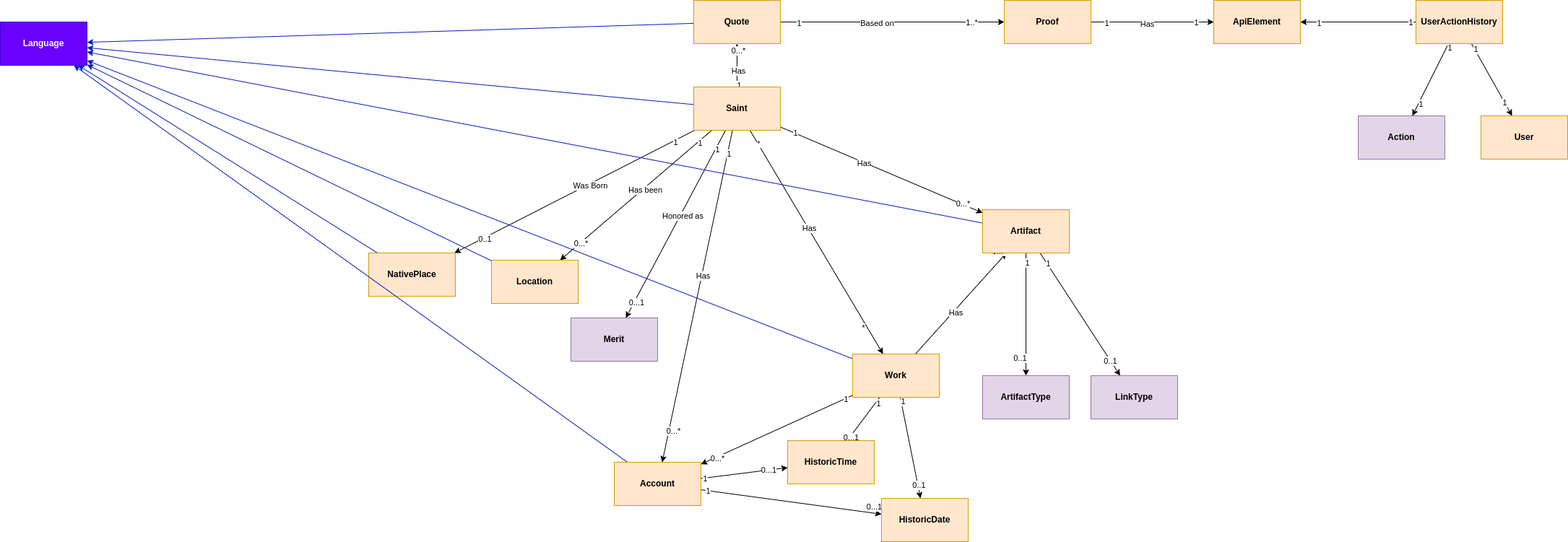
This is Documentation/ConceptualModel.png from the-catholics/Saints-API, a draw.io export, as it was before one commit. Source tidied: cells renumbered, new cells last; positions are measured from the earlier drawing's top-left corner, leaving out a move shared by most shapes.
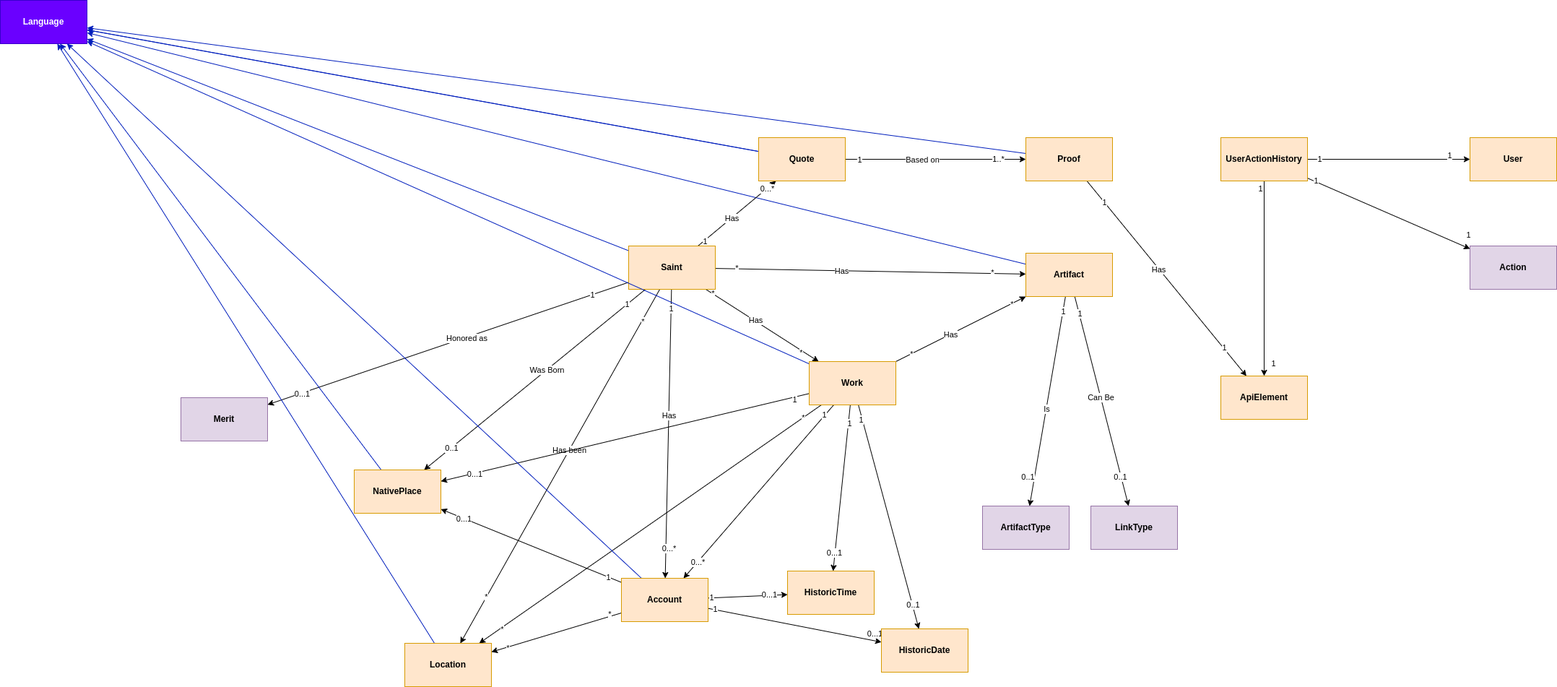
After the commit.

Change to the diagram source:
```diff
@@ -2,6 +2,12 @@
   <root>
     <mxCell id="0" />
     <mxCell id="1" parent="0" />
+    <mxCell id="97" style="edgeStyle=none;rounded=0;jettySize=auto;html=1;fillColor=#0050ef;strokeColor=#001DBC;startArrow=none;" parent="1" edge="1" source="56" target="94">
+      <mxGeometry relative="1" as="geometry" />
+    </mxCell>
+    <mxCell id="63" style="edgeStyle=none;rounded=0;jettySize=auto;html=1;fillColor=#0050ef;strokeColor=#001DBC;" parent="1" edge="1" source="64" target="94">
+      <mxGeometry relative="1" as="geometry" />
+    </mxCell>
     <mxCell id="2" style="rounded=0;jettySize=auto;html=1;" parent="1" edge="1" source="31" target="46">
       <mxGeometry relative="1" as="geometry" />
     </mxCell>
@@ -34,10 +40,10 @@
     <mxCell id="11" value="Has been" style="edgeLabel;html=1;align=center;verticalAlign=middle;" parent="10" vertex="1">
       <mxGeometry x="-0.09" relative="1" as="geometry" />
     </mxCell>
-    <mxCell id="12" value="1" style="edgeLabel;html=1;align=center;verticalAlign=middle;" parent="10" vertex="1">
+    <mxCell id="12" value="*" style="edgeLabel;html=1;align=center;verticalAlign=middle;" parent="10" vertex="1">
       <mxGeometry x="-0.82" y="1" relative="1" as="geometry" />
     </mxCell>
-    <mxCell id="13" value="0...*" style="edgeLabel;html=1;align=center;verticalAlign=middle;" parent="10" vertex="1">
+    <mxCell id="13" value="*" style="edgeLabel;html=1;align=center;verticalAlign=middle;" parent="10" vertex="1">
       <mxGeometry x="0.74" y="-1" relative="1" as="geometry" />
     </mxCell>
     <mxCell id="14" style="edgeStyle=none;rounded=0;jettySize=auto;html=1;" parent="1" edge="1" source="31" target="56">
@@ -55,10 +61,10 @@
     <mxCell id="18" style="rounded=0;jettySize=auto;html=1;" parent="1" edge="1" source="31" target="64">
       <mxGeometry relative="1" as="geometry" />
     </mxCell>
-    <mxCell id="19" value="1" style="edgeLabel;html=1;align=center;verticalAlign=middle;" parent="18" vertex="1">
+    <mxCell id="19" value="*" style="edgeLabel;html=1;align=center;verticalAlign=middle;" parent="18" vertex="1">
       <mxGeometry x="-0.86" y="1" relative="1" as="geometry" />
     </mxCell>
-    <mxCell id="20" value="0...*" style="edgeLabel;html=1;align=center;verticalAlign=middle;" parent="18" vertex="1">
+    <mxCell id="20" value="*" style="edgeLabel;html=1;align=center;verticalAlign=middle;" parent="18" vertex="1">
       <mxGeometry x="0.79" y="2" relative="1" as="geometry" />
     </mxCell>
     <mxCell id="21" value="Has" style="edgeLabel;html=1;align=center;verticalAlign=middle;" parent="18" vertex="1">
@@ -94,7 +100,7 @@
       <mxGeometry relative="1" as="geometry" />
     </mxCell>
     <mxCell id="31" value="&lt;b&gt;Saint&lt;/b&gt;" style="rounded=0;whiteSpace=wrap;html=1;fillColor=#ffe6cc;strokeColor=#d79b00;" parent="1" vertex="1">
-      <mxGeometry x="960" y="120" width="120" height="60" as="geometry" />
+      <mxGeometry x="870" y="160" width="120" height="60" as="geometry" />
     </mxCell>
     <mxCell id="32" style="edgeStyle=none;rounded=0;jettySize=auto;html=1;" parent="1" edge="1" source="46" target="64">
       <mxGeometry relative="1" as="geometry" />
@@ -102,14 +108,14 @@
     <mxCell id="33" value="Has" style="edgeLabel;html=1;align=center;verticalAlign=middle;" parent="32" vertex="1">
       <mxGeometry x="-0.17" relative="1" as="geometry" />
     </mxCell>
-    <mxCell id="34" value="1" style="edgeLabel;html=1;align=center;verticalAlign=middle;" parent="32" vertex="1">
+    <mxCell id="34" value="*" style="edgeLabel;html=1;align=center;verticalAlign=middle;" parent="32" vertex="1">
       <mxGeometry x="-0.91" relative="1" as="geometry">
-        <mxPoint y="10" as="offset" />
+        <mxPoint x="13" y="-6" as="offset" />
       </mxGeometry>
     </mxCell>
-    <mxCell id="35" value="0...*" style="edgeLabel;html=1;align=center;verticalAlign=middle;" parent="32" vertex="1">
+    <mxCell id="35" value="*" style="edgeLabel;html=1;align=center;verticalAlign=middle;" parent="32" vertex="1">
       <mxGeometry x="0.84" y="1" relative="1" as="geometry">
-        <mxPoint y="-15" as="offset" />
+        <mxPoint x="-5" y="4" as="offset" />
       </mxGeometry>
     </mxCell>
     <mxCell id="36" style="edgeStyle=none;rounded=0;jettySize=auto;html=1;fillColor=#0050ef;strokeColor=#001DBC;" parent="1" edge="1" source="46" target="94">
@@ -133,7 +139,9 @@
       </mxGeometry>
     </mxCell>
     <mxCell id="42" value="1" style="edgeLabel;html=1;align=center;verticalAlign=middle;" parent="40" vertex="1">
-      <mxGeometry x="-0.95" y="1" relative="1" as="geometry" />
+      <mxGeometry x="-0.95" y="1" relative="1" as="geometry">
+        <mxPoint y="13" as="offset" />
+      </mxGeometry>
     </mxCell>
     <mxCell id="43" style="edgeStyle=none;rounded=0;jettySize=auto;html=1;" parent="1" edge="1" source="46" target="96">
       <mxGeometry relative="1" as="geometry" />
@@ -144,20 +152,40 @@
     <mxCell id="45" value="0...1" style="edgeLabel;html=1;align=center;verticalAlign=middle;" parent="43" vertex="1">
       <mxGeometry x="0.78" y="-1" relative="1" as="geometry" />
     </mxCell>
+    <mxCell id="98" style="rounded=0;jettySize=auto;html=1;" parent="1" edge="1" source="46" target="48">
+      <mxGeometry relative="1" as="geometry" />
+    </mxCell>
+    <mxCell id="99" value="1" style="edgeLabel;html=1;align=center;verticalAlign=middle;" parent="98" vertex="1">
+      <mxGeometry x="-0.94" relative="1" as="geometry">
+        <mxPoint x="-5" y="5" as="offset" />
+      </mxGeometry>
+    </mxCell>
+    <mxCell id="100" value="0...1" style="edgeLabel;html=1;align=center;verticalAlign=middle;" parent="98" vertex="1">
+      <mxGeometry x="0.82" y="1" relative="1" as="geometry" />
+    </mxCell>
+    <mxCell id="101" style="edgeStyle=none;rounded=0;jettySize=auto;html=1;" parent="1" edge="1" source="46" target="50">
+      <mxGeometry relative="1" as="geometry" />
+    </mxCell>
+    <mxCell id="102" value="*" style="edgeLabel;html=1;align=center;verticalAlign=middle;" parent="101" vertex="1">
+      <mxGeometry x="-0.89" relative="1" as="geometry" />
+    </mxCell>
+    <mxCell id="103" value="*" style="edgeLabel;html=1;align=center;verticalAlign=middle;" parent="101" vertex="1">
+      <mxGeometry x="0.87" y="2" relative="1" as="geometry" />
+    </mxCell>
     <mxCell id="46" value="&lt;b&gt;Work&lt;/b&gt;" style="rounded=0;whiteSpace=wrap;html=1;fillColor=#ffe6cc;strokeColor=#d79b00;" parent="1" vertex="1">
-      <mxGeometry x="1180" y="490" width="120" height="60" as="geometry" />
+      <mxGeometry x="1120" y="320" width="120" height="60" as="geometry" />
     </mxCell>
     <mxCell id="47" style="edgeStyle=none;rounded=0;jettySize=auto;html=1;fillColor=#0050ef;strokeColor=#001DBC;" parent="1" edge="1" source="48" target="94">
       <mxGeometry relative="1" as="geometry" />
     </mxCell>
     <mxCell id="48" value="&lt;b&gt;NativePlace&lt;br&gt;&lt;/b&gt;" style="rounded=0;whiteSpace=wrap;html=1;fillColor=#ffe6cc;strokeColor=#d79b00;" parent="1" vertex="1">
-      <mxGeometry x="510" y="350" width="120" height="60" as="geometry" />
+      <mxGeometry x="490" y="470" width="120" height="60" as="geometry" />
     </mxCell>
     <mxCell id="49" style="edgeStyle=none;rounded=0;jettySize=auto;html=1;fillColor=#0050ef;strokeColor=#001DBC;" parent="1" edge="1" source="50" target="94">
       <mxGeometry relative="1" as="geometry" />
     </mxCell>
     <mxCell id="50" value="&lt;b&gt;Location&lt;/b&gt;" style="rounded=0;whiteSpace=wrap;html=1;fillColor=#ffe6cc;strokeColor=#d79b00;" parent="1" vertex="1">
-      <mxGeometry x="680" y="360" width="120" height="60" as="geometry" />
+      <mxGeometry x="560" y="710" width="120" height="60" as="geometry" />
     </mxCell>
     <mxCell id="51" style="edgeStyle=none;rounded=0;jettySize=auto;html=1;" parent="1" edge="1" source="56" target="69">
       <mxGeometry relative="1" as="geometry" />
@@ -176,9 +204,6 @@
     <mxCell id="55" style="edgeStyle=none;rounded=0;jettySize=auto;html=1;fillColor=#0050ef;strokeColor=#001DBC;" parent="1" edge="1" source="56" target="94">
       <mxGeometry relative="1" as="geometry" />
     </mxCell>
-    <mxCell id="56" value="&lt;b&gt;Quote&lt;/b&gt;" style="rounded=0;whiteSpace=wrap;html=1;fillColor=#ffe6cc;strokeColor=#d79b00;" parent="1" vertex="1">
-      <mxGeometry x="960" width="120" height="60" as="geometry" />
-    </mxCell>
     <mxCell id="57" style="edgeStyle=none;rounded=0;jettySize=auto;html=1;" parent="1" edge="1" source="64" target="92">
       <mxGeometry relative="1" as="geometry" />
     </mxCell>
@@ -190,6 +215,9 @@
         <mxPoint x="-9" as="offset" />
       </mxGeometry>
     </mxCell>
+    <mxCell id="104" value="Is" style="edgeLabel;html=1;align=center;verticalAlign=middle;" parent="57" vertex="1">
+      <mxGeometry x="0.08" relative="1" as="geometry" />
+    </mxCell>
     <mxCell id="60" style="edgeStyle=none;rounded=0;jettySize=auto;html=1;" parent="1" edge="1" source="64" target="93">
       <mxGeometry relative="1" as="geometry" />
     </mxCell>
@@ -199,11 +227,11 @@
     <mxCell id="62" value="0..1" style="edgeLabel;html=1;align=center;verticalAlign=middle;" parent="60" vertex="1">
       <mxGeometry x="0.72" y="-1" relative="1" as="geometry" />
     </mxCell>
-    <mxCell id="63" style="edgeStyle=none;rounded=0;jettySize=auto;html=1;fillColor=#0050ef;strokeColor=#001DBC;" parent="1" edge="1" source="64" target="94">
-      <mxGeometry relative="1" as="geometry" />
-    </mxCell>
+    <mxCell id="105" value="Can Be" style="edgeLabel;html=1;align=center;verticalAlign=middle;" parent="60" vertex="1">
+      <mxGeometry x="-0.04" relative="1" as="geometry" />
+    </mxCell>
     <mxCell id="64" value="&lt;b&gt;Artifact&lt;br&gt;&lt;/b&gt;" style="rounded=0;whiteSpace=wrap;html=1;fillColor=#ffe6cc;strokeColor=#d79b00;" parent="1" vertex="1">
-      <mxGeometry x="1360" y="290" width="120" height="60" as="geometry" />
+      <mxGeometry x="1420" y="170" width="120" height="60" as="geometry" />
     </mxCell>
     <mxCell id="65" style="edgeStyle=none;rounded=0;jettySize=auto;html=1;" parent="1" edge="1" source="69" target="78">
       <mxGeometry relative="1" as="geometry" />
@@ -217,8 +245,11 @@
     <mxCell id="68" value="Has" style="edgeLabel;html=1;align=center;verticalAlign=middle;" parent="65" vertex="1">
       <mxGeometry x="-0.1" y="-1" relative="1" as="geometry" />
     </mxCell>
+    <mxCell id="106" style="edgeStyle=none;rounded=0;jettySize=auto;html=1;fillColor=#0050ef;strokeColor=#001DBC;" parent="1" edge="1" source="69" target="94">
+      <mxGeometry relative="1" as="geometry" />
+    </mxCell>
     <mxCell id="69" value="&lt;b&gt;Proof&lt;/b&gt;" style="rounded=0;whiteSpace=wrap;html=1;fillColor=#ffe6cc;strokeColor=#d79b00;" parent="1" vertex="1">
-      <mxGeometry x="1390" width="120" height="60" as="geometry" />
+      <mxGeometry x="1420" y="10" width="120" height="60" as="geometry" />
     </mxCell>
     <mxCell id="70" style="edgeStyle=none;rounded=0;jettySize=auto;html=1;fillColor=#0050ef;strokeColor=#001DBC;" parent="1" edge="1" source="77" target="94">
       <mxGeometry relative="1" as="geometry" />
@@ -245,20 +276,40 @@
         <mxPoint x="-19" as="offset" />
       </mxGeometry>
     </mxCell>
+    <mxCell id="107" style="edgeStyle=none;rounded=0;jettySize=auto;html=1;" parent="1" edge="1" source="77" target="50">
+      <mxGeometry relative="1" as="geometry" />
+    </mxCell>
+    <mxCell id="108" value="*" style="edgeLabel;html=1;align=center;verticalAlign=middle;" parent="107" vertex="1">
+      <mxGeometry x="-0.91" relative="1" as="geometry">
+        <mxPoint x="-8" y="-1" as="offset" />
+      </mxGeometry>
+    </mxCell>
+    <mxCell id="109" value="*" style="edgeLabel;html=1;align=center;verticalAlign=middle;" parent="107" vertex="1">
+      <mxGeometry x="0.75" y="1" relative="1" as="geometry" />
+    </mxCell>
+    <mxCell id="110" style="edgeStyle=none;rounded=0;jettySize=auto;html=1;" parent="1" edge="1" source="77" target="48">
+      <mxGeometry relative="1" as="geometry" />
+    </mxCell>
+    <mxCell id="111" value="0...1" style="edgeLabel;html=1;align=center;verticalAlign=middle;" parent="110" vertex="1">
+      <mxGeometry x="0.75" relative="1" as="geometry" />
+    </mxCell>
+    <mxCell id="112" value="1" style="edgeLabel;html=1;align=center;verticalAlign=middle;" parent="110" vertex="1">
+      <mxGeometry x="-0.85" relative="1" as="geometry" />
+    </mxCell>
     <mxCell id="77" value="&lt;b&gt;Account&lt;/b&gt;" style="rounded=0;whiteSpace=wrap;html=1;fillColor=#ffe6cc;strokeColor=#d79b00;" parent="1" vertex="1">
-      <mxGeometry x="850" y="640" width="120" height="60" as="geometry" />
+      <mxGeometry x="860" y="620" width="120" height="60" as="geometry" />
     </mxCell>
     <mxCell id="78" value="&lt;b&gt;ApiElement&lt;/b&gt;" style="rounded=0;whiteSpace=wrap;html=1;fillColor=#ffe6cc;strokeColor=#d79b00;" parent="1" vertex="1">
-      <mxGeometry x="1680" width="120" height="60" as="geometry" />
+      <mxGeometry x="1690" y="340" width="120" height="60" as="geometry" />
     </mxCell>
     <mxCell id="79" value="&lt;b&gt;Merit&lt;/b&gt;" style="rounded=0;whiteSpace=wrap;html=1;fillColor=#e1d5e7;strokeColor=#9673a6;" parent="1" vertex="1">
-      <mxGeometry x="790" y="440" width="120" height="60" as="geometry" />
+      <mxGeometry x="250" y="370" width="120" height="60" as="geometry" />
     </mxCell>
     <mxCell id="80" value="&lt;b&gt;User&lt;/b&gt;" style="rounded=0;whiteSpace=wrap;html=1;fillColor=#ffe6cc;strokeColor=#d79b00;" parent="1" vertex="1">
-      <mxGeometry x="2050" y="160" width="120" height="60" as="geometry" />
+      <mxGeometry x="2035" y="10" width="120" height="60" as="geometry" />
     </mxCell>
     <mxCell id="81" value="&lt;b&gt;Action&lt;/b&gt;" style="rounded=0;whiteSpace=wrap;html=1;fillColor=#e1d5e7;strokeColor=#9673a6;" parent="1" vertex="1">
-      <mxGeometry x="1880" y="160" width="120" height="60" as="geometry" />
+      <mxGeometry x="2035" y="160" width="120" height="60" as="geometry" />
     </mxCell>
     <mxCell id="82" style="edgeStyle=none;rounded=0;jettySize=auto;html=1;" parent="1" edge="1" source="91" target="81">
       <mxGeometry relative="1" as="geometry" />
@@ -298,7 +349,7 @@
       </mxGeometry>
     </mxCell>
     <mxCell id="91" value="&lt;b&gt;UserActionHistory&lt;/b&gt;" style="rounded=0;whiteSpace=wrap;html=1;fillColor=#ffe6cc;strokeColor=#d79b00;" parent="1" vertex="1">
-      <mxGeometry x="1960" width="120" height="60" as="geometry" />
+      <mxGeometry x="1690" y="10" width="120" height="60" as="geometry" />
     </mxCell>
     <mxCell id="92" value="&lt;b&gt;ArtifactType&lt;/b&gt;" style="rounded=0;whiteSpace=wrap;html=1;fillColor=#e1d5e7;strokeColor=#9673a6;" parent="1" vertex="1">
       <mxGeometry x="1360" y="520" width="120" height="60" as="geometry" />
@@ -307,7 +358,7 @@
       <mxGeometry x="1510" y="520" width="120" height="60" as="geometry" />
     </mxCell>
     <mxCell id="94" value="&lt;b&gt;Language&lt;/b&gt;" style="rounded=0;whiteSpace=wrap;html=1;fillColor=#6a00ff;strokeColor=#3700CC;fontColor=#ffffff;" parent="1" vertex="1">
-      <mxGeometry y="30" width="120" height="60" as="geometry" />
+      <mxGeometry y="-180" width="120" height="60" as="geometry" />
     </mxCell>
     <mxCell id="95" value="&lt;b&gt;HistoricDate&lt;br&gt;&lt;/b&gt;" style="rounded=0;whiteSpace=wrap;html=1;fillColor=#ffe6cc;strokeColor=#d79b00;" parent="1" vertex="1">
       <mxGeometry x="1220" y="690" width="120" height="60" as="geometry" />
@@ -315,5 +366,8 @@
     <mxCell id="96" value="&lt;b&gt;HistoricTime&lt;br&gt;&lt;/b&gt;" style="rounded=0;whiteSpace=wrap;html=1;fillColor=#ffe6cc;strokeColor=#d79b00;" parent="1" vertex="1">
       <mxGeometry x="1090" y="610" width="120" height="60" as="geometry" />
     </mxCell>
+    <mxCell id="56" value="&lt;b&gt;Quote&lt;/b&gt;" style="rounded=0;whiteSpace=wrap;html=1;fillColor=#ffe6cc;strokeColor=#d79b00;" parent="1" vertex="1">
+      <mxGeometry x="1050" y="10" width="120" height="60" as="geometry" />
+    </mxCell>
   </root>
 </mxGraphModel>
```
